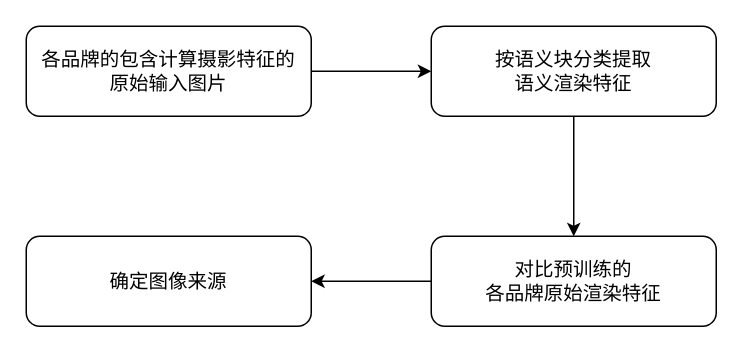
The draw.io diagram redraw_axio.drawio in ForsakenLi/draw.io, before the edit. Source tidied: cells renumbered, new cells numbered last; positions are measured from the earlier drawing's top-left corner, leaving out a move shared by most shapes. Both pictures are drawn from the tidied source at 150%, with x=0, y=0 at pixel (26, 26).
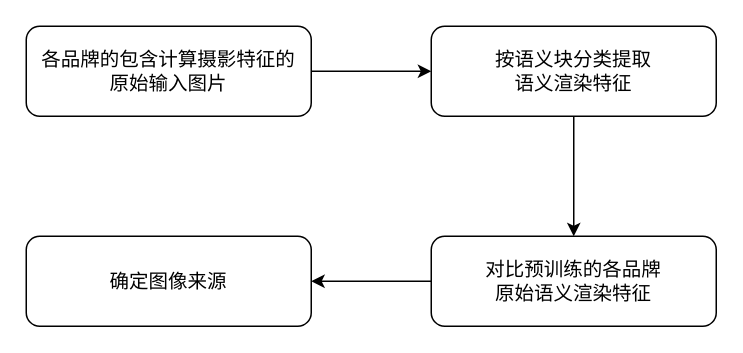
After the change.

Change to the diagram source:
```diff
@@
 <mxGraphModel>
   <root>
     <mxCell id="0" />
     <mxCell id="1" parent="0" />
     <mxCell id="2" style="edgeStyle=orthogonalEdgeStyle;rounded=1;jettySize=auto;html=1;fontSize=13;" parent="1" edge="1" source="3" target="5">
       <mxGeometry relative="1" as="geometry" />
     </mxCell>
     <mxCell id="3" value="各品牌的包含计算摄影特征的&lt;br&gt;原始输入图片" style="rounded=1;whiteSpace=wrap;html=1;fontSize=13;" parent="1" vertex="1">
       <mxGeometry width="190" height="60" as="geometry" />
     </mxCell>
     <mxCell id="4" style="edgeStyle=orthogonalEdgeStyle;rounded=1;jettySize=auto;html=1;fontSize=13;" parent="1" edge="1" source="5" target="7">
       <mxGeometry relative="1" as="geometry" />
     </mxCell>
     <mxCell id="5" value="按语义块分类提取&lt;br&gt;语义渲染特征" style="rounded=1;whiteSpace=wrap;html=1;fontSize=13;" parent="1" vertex="1">
       <mxGeometry x="270" width="190" height="60" as="geometry" />
     </mxCell>
     <mxCell id="6" style="edgeStyle=orthogonalEdgeStyle;rounded=1;jettySize=auto;html=1;fontSize=13;" parent="1" edge="1" source="7" target="8">
       <mxGeometry relative="1" as="geometry" />
     </mxCell>
-    <mxCell id="7" value="对比预训练的&lt;br&gt;各品牌原始渲染特征" style="rounded=1;whiteSpace=wrap;html=1;fontSize=13;" parent="1" vertex="1">
+    <mxCell id="7" value="对比预训练的各品牌&lt;br&gt;原始语义渲染特征" style="rounded=1;whiteSpace=wrap;html=1;fontSize=13;" parent="1" vertex="1">
       <mxGeometry x="270" y="140" width="190" height="60" as="geometry" />
     </mxCell>
     <mxCell id="8" value="确定图像来源" style="rounded=1;whiteSpace=wrap;html=1;fontSize=13;" parent="1" vertex="1">
       <mxGeometry y="140" width="190" height="60" as="geometry" />
     </mxCell>
   </root>
 </mxGraphModel>
```
